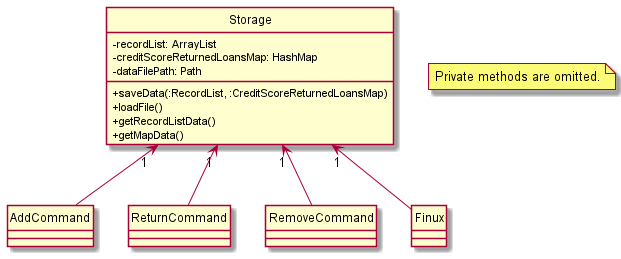
This is docs/img/StorageClassDiagram.png from nus-cs2113-AY2021S2/tp, a PlantUML export, as it was before one commit.
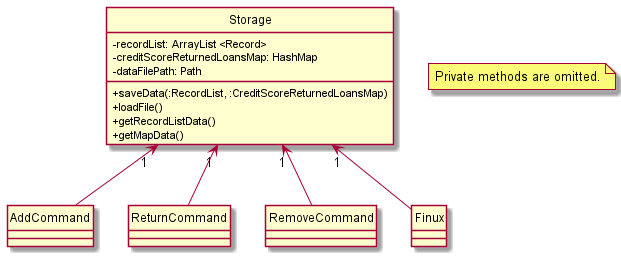
The same diagram one commit later.

Diff of the diagram source:
```diff
@@ -4,7 +4,7 @@
 
 
 class Storage {
-- recordList: ArrayList
+- recordList: ArrayList <Record>
 - creditScoreReturnedLoansMap: HashMap
 - dataFilePath: Path
 + saveData(:RecordList, :CreditScoreReturnedLoansMap)
```
